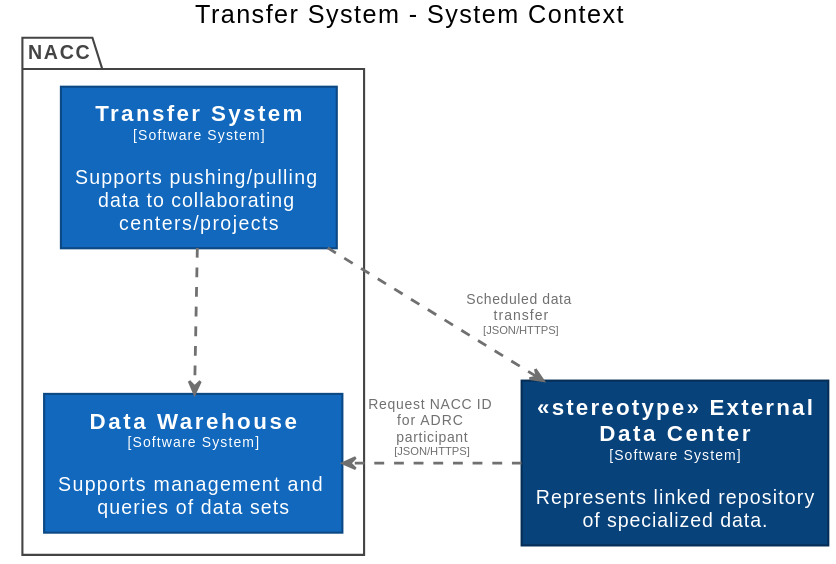
Before: docs/images/structurizr-TransferContext.svg, a diagram exported from PlantUML (naccdata/system-design). Its diagram source:
```plantuml
@startuml
title Transfer System - System Context

top to bottom direction

skinparam {
  shadowing false
  arrowFontSize 10
  defaultTextAlignment center
  wrapWidth 200
  maxMessageSize 100
}

hide stereotype

skinparam rectangle<<stereotypeExternalDataCenter>> {
  BackgroundColor #08427b
  FontColor #ffffff
  BorderColor #052e56
}
skinparam rectangle<<DataWarehouse>> {
  BackgroundColor #1168bd
  FontColor #ffffff
  BorderColor #0b4884
}
skinparam rectangle<<TransferSystem>> {
  BackgroundColor #1168bd
  FontColor #ffffff
  BorderColor #0b4884
}

package "NACC" <<enterprise>> {
  skinparam PackageBorderColor<<enterprise>> #444444
  skinparam PackageFontColor<<enterprise>> #444444

  rectangle "==Data Warehouse\n<size:10>[Software System]</size>\n\nSupports management and queries of data sets" <<DataWarehouse>> as DataWarehouse
  rectangle "==Transfer System\n<size:10>[Software System]</size>\n\nSupports pushing/pulling data to collaborating centers/projects" <<TransferSystem>> as TransferSystem
}

rectangle "==<<stereotype>> External Data Center\n<size:10>[Software System]</size>\n\nRepresents linked repository of specialized data." <<stereotypeExternalDataCenter>> as stereotypeExternalDataCenter

stereotypeExternalDataCenter .[#707070,thickness=2].> DataWarehouse : "<color:#707070>Request NACC ID for ADRC participant\n<color:#707070><size:8>[JSON/HTTPS]</size>"
TransferSystem .[#707070,thickness=2].> stereotypeExternalDataCenter : "<color:#707070>Scheduled data transfer\n<color:#707070><size:8>[JSON/HTTPS]</size>"
TransferSystem .[#707070,thickness=2].> DataWarehouse : "<color:#707070>"
@enduml
```
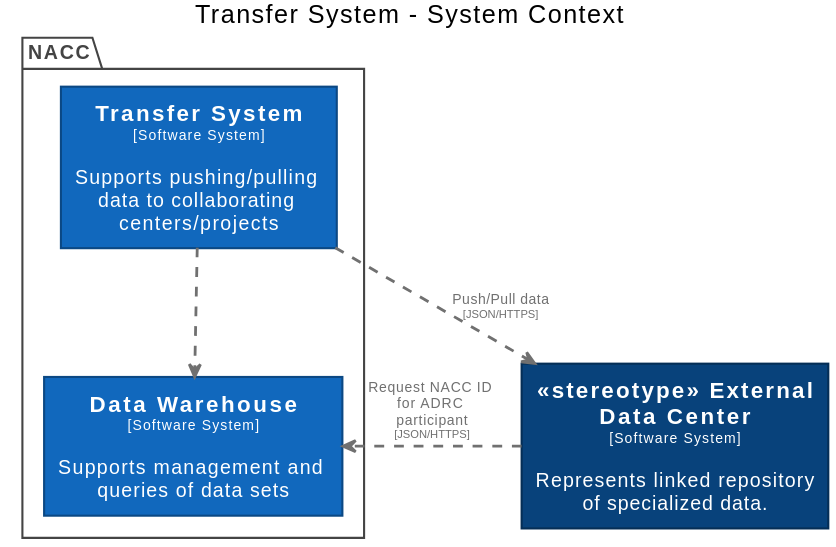
After the change.

Change to the diagram source:
```diff
@@ -40,6 +40,6 @@
 rectangle "==<<stereotype>> External Data Center\n<size:10>[Software System]</size>\n\nRepresents linked repository of specialized data." <<stereotypeExternalDataCenter>> as stereotypeExternalDataCenter
 
 stereotypeExternalDataCenter .[#707070,thickness=2].> DataWarehouse : "<color:#707070>Request NACC ID for ADRC participant\n<color:#707070><size:8>[JSON/HTTPS]</size>"
-TransferSystem .[#707070,thickness=2].> stereotypeExternalDataCenter : "<color:#707070>Scheduled data transfer\n<color:#707070><size:8>[JSON/HTTPS]</size>"
+TransferSystem .[#707070,thickness=2].> stereotypeExternalDataCenter : "<color:#707070>Push/Pull data\n<color:#707070><size:8>[JSON/HTTPS]</size>"
 TransferSystem .[#707070,thickness=2].> DataWarehouse : "<color:#707070>"
 @enduml
```
